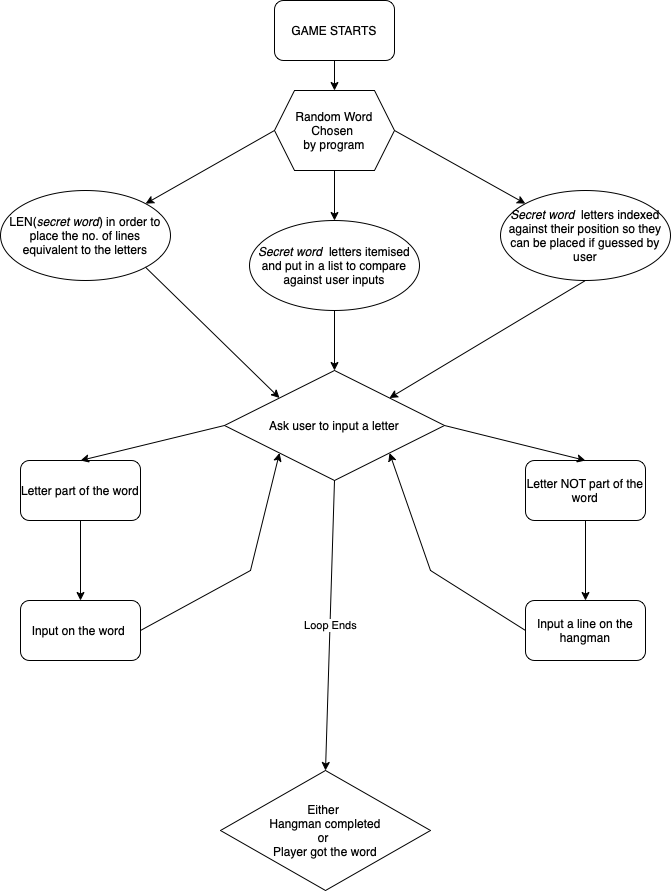
antoniaandreou/100_days_of_python keeps this draw.io diagram as Hangman Logic.drawio.png. Above is the earlier version. Source tidied: cells renumbered, new cells last; positions are measured from the earlier drawing's top-left corner, leaving out a move shared by most shapes.
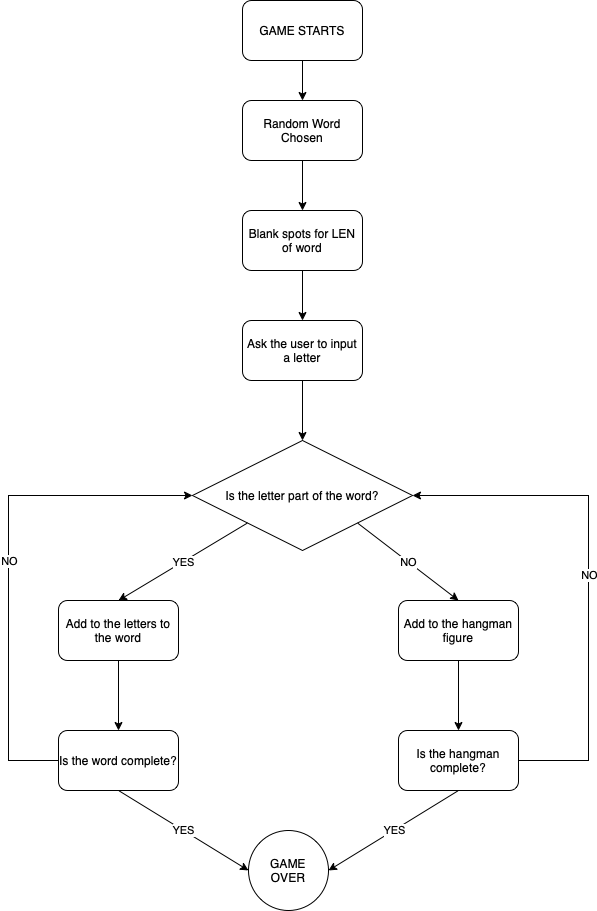
After the change.

What changed in the source:
```diff
@@ -2,91 +2,99 @@
   <root>
     <mxCell id="0" />
     <mxCell id="1" parent="0" />
+    <mxCell id="28" style="edgeStyle=orthogonalEdgeStyle;rounded=0;jettySize=auto;html=1;entryX=0.5;entryY=0;entryDx=0;entryDy=0;" parent="1" edge="1" source="2" target="29">
+      <mxGeometry relative="1" as="geometry" />
+    </mxCell>
     <mxCell id="2" value="GAME STARTS" style="rounded=1;whiteSpace=wrap;html=1;" parent="1" vertex="1">
       <mxGeometry x="274" width="120" height="60" as="geometry" />
     </mxCell>
-    <mxCell id="3" value="Ask user to input a letter" style="rhombus;whiteSpace=wrap;html=1;" parent="1" vertex="1">
-      <mxGeometry x="224" y="370" width="220" height="110" as="geometry" />
+    <mxCell id="3" value="Is the letter part of the word?" style="rhombus;whiteSpace=wrap;html=1;" parent="1" vertex="1">
+      <mxGeometry x="224" y="440" width="220" height="110" as="geometry" />
     </mxCell>
-    <mxCell id="4" value="Random Word Chosen &lt;br&gt;by program" style="shape=hexagon;perimeter=hexagonPerimeter2;whiteSpace=wrap;html=1;fixedSize=1;" parent="1" vertex="1">
-      <mxGeometry x="274" y="90" width="120" height="80" as="geometry" />
-    </mxCell>
-    <mxCell id="5" value="LEN(&lt;i&gt;secret word&lt;/i&gt;) in order to place the no. of lines equivalent to the letters" style="ellipse;whiteSpace=wrap;html=1;" parent="1" vertex="1">
-      <mxGeometry y="190" width="170" height="90" as="geometry" />
-    </mxCell>
-    <mxCell id="6" value="&lt;i&gt;Secret word &lt;/i&gt;&amp;nbsp;letters itemised and put in a list to compare against user inputs" style="ellipse;whiteSpace=wrap;html=1;" parent="1" vertex="1">
-      <mxGeometry x="249" y="220" width="170" height="90" as="geometry" />
-    </mxCell>
-    <mxCell id="7" value="&lt;i&gt;Secret word &lt;/i&gt;&amp;nbsp;letters indexed against their position so they can be placed if guessed by user" style="ellipse;whiteSpace=wrap;html=1;" parent="1" vertex="1">
-      <mxGeometry x="500" y="190" width="170" height="90" as="geometry" />
-    </mxCell>
-    <mxCell id="8" style="endArrow=classic;html=1;rounded=0;exitX=0;exitY=0.5;exitDx=0;exitDy=0;entryX=1;entryY=0;entryDx=0;entryDy=0;" parent="1" edge="1" source="4" target="5">
-      <mxGeometry relative="1" as="geometry" />
-    </mxCell>
-    <mxCell id="9" style="endArrow=classic;html=1;rounded=0;exitX=0.5;exitY=1;exitDx=0;exitDy=0;entryX=0.5;entryY=0;entryDx=0;entryDy=0;" parent="1" edge="1" source="4" target="6">
+    <mxCell id="9" style="endArrow=classic;html=1;rounded=0;exitX=0.5;exitY=1;exitDx=0;exitDy=0;entryX=0.5;entryY=0;entryDx=0;entryDy=0;" parent="1" edge="1" source="29" target="30">
       <mxGeometry relative="1" as="geometry" />
     </mxCell>
-    <mxCell id="10" style="endArrow=classic;html=1;rounded=0;exitX=1;exitY=0.5;exitDx=0;exitDy=0;entryX=0;entryY=0;entryDx=0;entryDy=0;" parent="1" edge="1" source="4" target="7">
-      <mxGeometry relative="1" as="geometry" />
-    </mxCell>
-    <mxCell id="11" style="endArrow=classic;html=1;rounded=0;exitX=1;exitY=1;exitDx=0;exitDy=0;entryX=0;entryY=0;entryDx=0;entryDy=0;" parent="1" edge="1" source="5" target="3">
-      <mxGeometry relative="1" as="geometry" />
-    </mxCell>
-    <mxCell id="12" style="endArrow=classic;html=1;rounded=0;exitX=0.5;exitY=1;exitDx=0;exitDy=0;entryX=0.5;entryY=0;entryDx=0;entryDy=0;" parent="1" edge="1" source="6" target="3">
+    <mxCell id="12" style="endArrow=classic;html=1;rounded=0;entryX=0.5;entryY=0;entryDx=0;entryDy=0;exitX=0.5;exitY=1;exitDx=0;exitDy=0;" parent="1" edge="1" source="30" target="31">
       <mxGeometry relative="1" as="geometry" />
     </mxCell>
-    <mxCell id="13" style="endArrow=classic;html=1;rounded=0;exitX=0.5;exitY=1;exitDx=0;exitDy=0;entryX=1;entryY=0;entryDx=0;entryDy=0;" parent="1" edge="1" source="7" target="3">
-      <mxGeometry relative="1" as="geometry" />
-    </mxCell>
-    <mxCell id="14" style="endArrow=classic;html=1;rounded=0;exitX=0.5;exitY=1;exitDx=0;exitDy=0;entryX=0.5;entryY=0;entryDx=0;entryDy=0;" parent="1" edge="1" source="2" target="4">
-      <mxGeometry relative="1" as="geometry" />
-    </mxCell>
-    <mxCell id="15" value="Letter part of the word" style="rounded=1;whiteSpace=wrap;html=1;" parent="1" vertex="1">
-      <mxGeometry x="20" y="460" width="120" height="60" as="geometry" />
-    </mxCell>
-    <mxCell id="16" style="endArrow=classic;html=1;rounded=0;entryX=0.5;entryY=0;entryDx=0;entryDy=0;exitX=0;exitY=0.5;exitDx=0;exitDy=0;" parent="1" edge="1" source="3" target="15">
-      <mxGeometry relative="1" as="geometry" />
-    </mxCell>
-    <mxCell id="17" value="Input on the word&amp;nbsp;" style="rounded=1;whiteSpace=wrap;html=1;" parent="1" vertex="1">
-      <mxGeometry x="20" y="600" width="120" height="60" as="geometry" />
-    </mxCell>
-    <mxCell id="18" style="endArrow=classic;html=1;rounded=0;exitX=0.5;exitY=1;exitDx=0;exitDy=0;entryX=0.5;entryY=0;entryDx=0;entryDy=0;" parent="1" edge="1" source="15" target="17">
-      <mxGeometry relative="1" as="geometry" />
-    </mxCell>
-    <mxCell id="19" value="Letter NOT part of the word" style="rounded=1;whiteSpace=wrap;html=1;" parent="1" vertex="1">
-      <mxGeometry x="525" y="460" width="120" height="60" as="geometry" />
-    </mxCell>
-    <mxCell id="20" style="endArrow=classic;html=1;rounded=0;exitX=1;exitY=0.5;exitDx=0;exitDy=0;entryX=0.5;entryY=0;entryDx=0;entryDy=0;" parent="1" edge="1" source="3" target="19">
-      <mxGeometry relative="1" as="geometry" />
-    </mxCell>
-    <mxCell id="21" value="Input a line on the hangman" style="rounded=1;whiteSpace=wrap;html=1;" parent="1" vertex="1">
-      <mxGeometry x="525" y="600" width="120" height="60" as="geometry" />
-    </mxCell>
-    <mxCell id="22" style="endArrow=classic;html=1;rounded=0;exitX=0.5;exitY=1;exitDx=0;exitDy=0;entryX=0.5;entryY=0;entryDx=0;entryDy=0;" parent="1" edge="1" source="19" target="21">
-      <mxGeometry relative="1" as="geometry" />
-    </mxCell>
-    <mxCell id="23" value="Either &lt;br&gt;Hangman completed &lt;br&gt;or &lt;br&gt;Player got the word" style="rhombus;whiteSpace=wrap;html=1;" parent="1" vertex="1">
-      <mxGeometry x="220" y="770" width="210" height="120" as="geometry" />
-    </mxCell>
-    <mxCell id="24" style="endArrow=classic;html=1;rounded=0;exitX=0.5;exitY=1;exitDx=0;exitDy=0;entryX=0.5;entryY=0;entryDx=0;entryDy=0;" parent="1" edge="1" source="3" target="23">
-      <mxGeometry relative="1" as="geometry" />
-    </mxCell>
-    <mxCell id="25" value="Loop Ends" style="edgeLabel;html=1;align=center;verticalAlign=middle;" parent="24" vertex="1">
-      <mxGeometry relative="1" as="geometry" />
-    </mxCell>
-    <mxCell id="26" style="endArrow=classic;html=1;rounded=0;exitX=1;exitY=0.5;exitDx=0;exitDy=0;entryX=0;entryY=1;entryDx=0;entryDy=0;" parent="1" edge="1" source="17" target="3">
-      <mxGeometry relative="1" as="geometry">
-        <Array as="points">
-          <mxPoint x="250" y="570" />
-        </Array>
-      </mxGeometry>
-    </mxCell>
-    <mxCell id="27" style="endArrow=classic;html=1;rounded=0;exitX=0;exitY=0.5;exitDx=0;exitDy=0;entryX=1;entryY=1;entryDx=0;entryDy=0;" parent="1" edge="1" source="21" target="3">
-      <mxGeometry relative="1" as="geometry">
-        <Array as="points">
-          <mxPoint x="430" y="570" />
-        </Array>
-      </mxGeometry>
-    </mxCell>
+    <mxCell id="29" value="Random Word Chosen" style="rounded=1;whiteSpace=wrap;html=1;" parent="1" vertex="1">
+      <mxGeometry x="274" y="100" width="120" height="60" as="geometry" />
+    </mxCell>
+    <mxCell id="30" value="Blank spots for LEN of word" style="rounded=1;whiteSpace=wrap;html=1;" parent="1" vertex="1">
+      <mxGeometry x="274" y="210" width="120" height="60" as="geometry" />
+    </mxCell>
+    <mxCell id="31" value="Ask the user to input a letter" style="rounded=1;whiteSpace=wrap;html=1;" parent="1" vertex="1">
+      <mxGeometry x="274" y="320" width="120" height="60" as="geometry" />
+    </mxCell>
+    <mxCell id="32" style="endArrow=classic;html=1;rounded=0;exitX=0.5;exitY=1;exitDx=0;exitDy=0;entryX=0.5;entryY=0;entryDx=0;entryDy=0;" parent="1" edge="1" source="31" target="3">
+      <mxGeometry relative="1" as="geometry" />
+    </mxCell>
+    <mxCell id="33" style="endArrow=classic;html=1;rounded=0;exitX=0;exitY=1;exitDx=0;exitDy=0;entryX=0.5;entryY=0;entryDx=0;entryDy=0;" parent="1" edge="1" source="3" target="38">
+      <mxGeometry relative="1" as="geometry" />
+    </mxCell>
+    <mxCell id="34" value="YES" style="edgeLabel;html=1;align=center;verticalAlign=middle;" parent="33" vertex="1">
+      <mxGeometry relative="1" as="geometry" />
+    </mxCell>
+    <mxCell id="35" style="endArrow=classic;html=1;rounded=0;exitX=1;exitY=1;exitDx=0;exitDy=0;entryX=0.5;entryY=0;entryDx=0;entryDy=0;" parent="1" edge="1" source="3" target="37">
+      <mxGeometry relative="1" as="geometry" />
+    </mxCell>
+    <mxCell id="36" value="NO" style="edgeLabel;html=1;align=center;verticalAlign=middle;" parent="35" vertex="1">
+      <mxGeometry relative="1" as="geometry" />
+    </mxCell>
+    <mxCell id="37" value="Add to the hangman figure" style="rounded=1;whiteSpace=wrap;html=1;" parent="1" vertex="1">
+      <mxGeometry x="430" y="600" width="120" height="60" as="geometry" />
+    </mxCell>
+    <mxCell id="38" value="Add to the letters to the word" style="rounded=1;whiteSpace=wrap;html=1;" parent="1" vertex="1">
+      <mxGeometry x="90" y="600" width="120" height="60" as="geometry" />
+    </mxCell>
+    <mxCell id="39" value="Is the word complete?" style="rounded=1;whiteSpace=wrap;html=1;" parent="1" vertex="1">
+      <mxGeometry x="90" y="730" width="120" height="60" as="geometry" />
+    </mxCell>
+    <mxCell id="40" style="endArrow=classic;html=1;rounded=0;exitX=0.5;exitY=1;exitDx=0;exitDy=0;entryX=0.5;entryY=0;entryDx=0;entryDy=0;" parent="1" edge="1" source="38" target="39">
+      <mxGeometry relative="1" as="geometry" />
+    </mxCell>
+    <mxCell id="41" style="endArrow=classic;html=1;rounded=0;exitX=0;exitY=0.5;exitDx=0;exitDy=0;entryX=0;entryY=0.5;entryDx=0;entryDy=0;" parent="1" edge="1" source="39" target="3">
+      <mxGeometry relative="1" as="geometry">
+        <Array as="points">
+          <mxPoint x="40" y="760" />
+          <mxPoint x="40" y="495" />
+        </Array>
+      </mxGeometry>
+    </mxCell>
+    <mxCell id="42" value="NO" style="edgeLabel;html=1;align=center;verticalAlign=middle;" parent="41" vertex="1">
+      <mxGeometry relative="1" as="geometry" />
+    </mxCell>
+    <mxCell id="43" value="Is the hangman complete?" style="rounded=1;whiteSpace=wrap;html=1;" parent="1" vertex="1">
+      <mxGeometry x="430" y="730" width="120" height="60" as="geometry" />
+    </mxCell>
+    <mxCell id="44" style="endArrow=classic;html=1;rounded=0;exitX=0.5;exitY=1;exitDx=0;exitDy=0;entryX=0.5;entryY=0;entryDx=0;entryDy=0;" parent="1" edge="1" source="37" target="43">
+      <mxGeometry relative="1" as="geometry" />
+    </mxCell>
+    <mxCell id="45" style="endArrow=classic;html=1;rounded=0;exitX=1;exitY=0.5;exitDx=0;exitDy=0;entryX=1;entryY=0.5;entryDx=0;entryDy=0;" parent="1" edge="1" source="43" target="3">
+      <mxGeometry relative="1" as="geometry">
+        <Array as="points">
+          <mxPoint x="620" y="760" />
+          <mxPoint x="620" y="495" />
+        </Array>
+      </mxGeometry>
+    </mxCell>
+    <mxCell id="46" value="NO" style="edgeLabel;html=1;align=center;verticalAlign=middle;" parent="45" vertex="1">
+      <mxGeometry relative="1" as="geometry" />
+    </mxCell>
+    <mxCell id="47" value="GAME&lt;br&gt;OVER" style="ellipse;whiteSpace=wrap;html=1;" parent="1" vertex="1">
+      <mxGeometry x="280" y="830" width="80" height="80" as="geometry" />
+    </mxCell>
+    <mxCell id="48" style="endArrow=classic;html=1;rounded=0;exitX=0.5;exitY=1;exitDx=0;exitDy=0;entryX=0;entryY=0.5;entryDx=0;entryDy=0;" parent="1" edge="1" source="39" target="47">
+      <mxGeometry relative="1" as="geometry" />
+    </mxCell>
+    <mxCell id="49" value="YES" style="edgeLabel;html=1;align=center;verticalAlign=middle;" parent="48" vertex="1">
+      <mxGeometry relative="1" as="geometry" />
+    </mxCell>
+    <mxCell id="50" style="endArrow=classic;html=1;rounded=0;exitX=0.5;exitY=1;exitDx=0;exitDy=0;entryX=1;entryY=0.5;entryDx=0;entryDy=0;" parent="1" edge="1" source="43" target="47">
+      <mxGeometry relative="1" as="geometry" />
+    </mxCell>
+    <mxCell id="51" value="YES" style="edgeLabel;html=1;align=center;verticalAlign=middle;" parent="50" vertex="1">
+      <mxGeometry relative="1" as="geometry" />
+    </mxCell>
   </root>
 </mxGraphModel>
```
